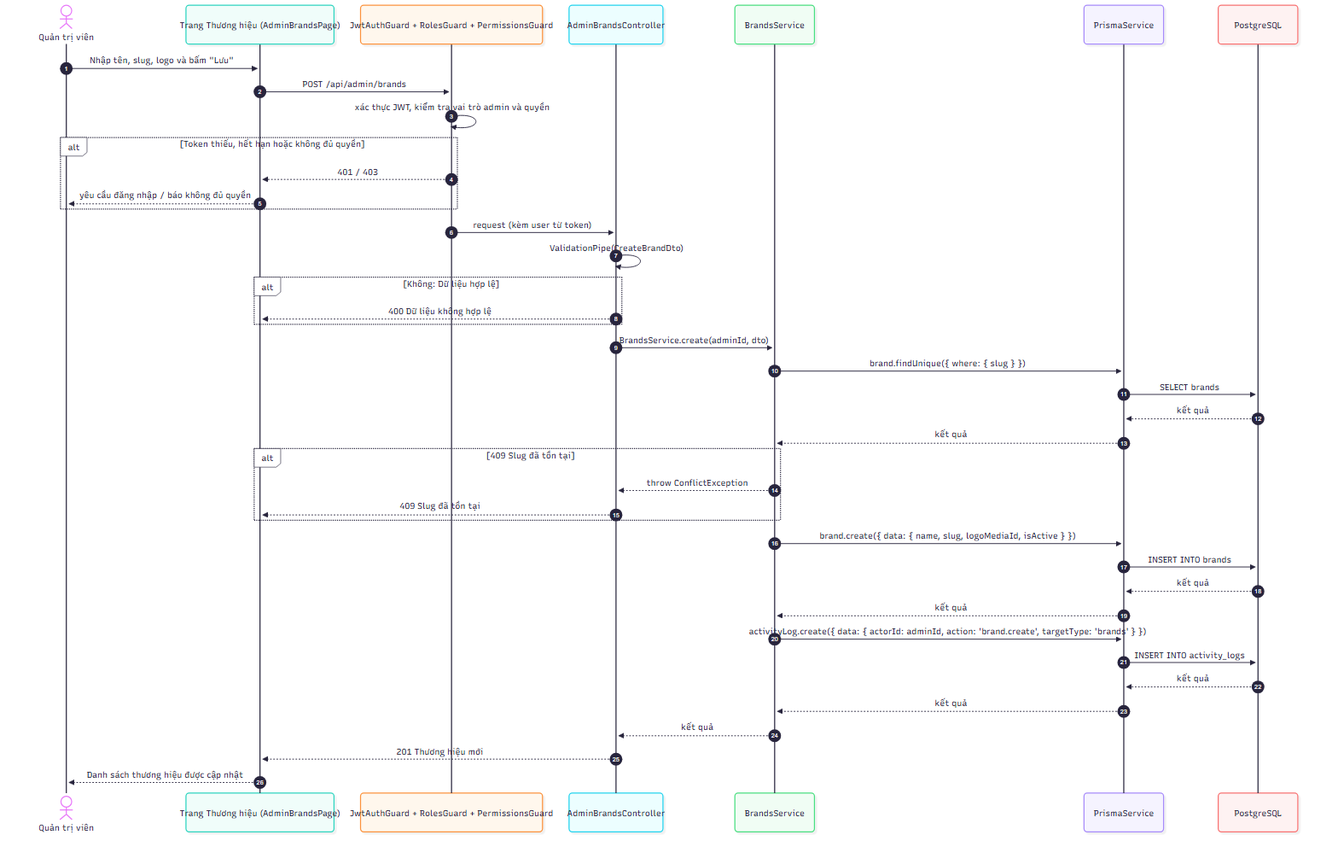
The Mermaid diagram docs/diagrams/png/sequence_UC-ADM-06_quan-ly-thuong-hieu.png in 2431540234-arch/XDUDTMDT, before a commit. Its source is kept beside it as docs/diagrams/src/sequence_UC-ADM-06_quan-ly-thuong-hieu.mmd.
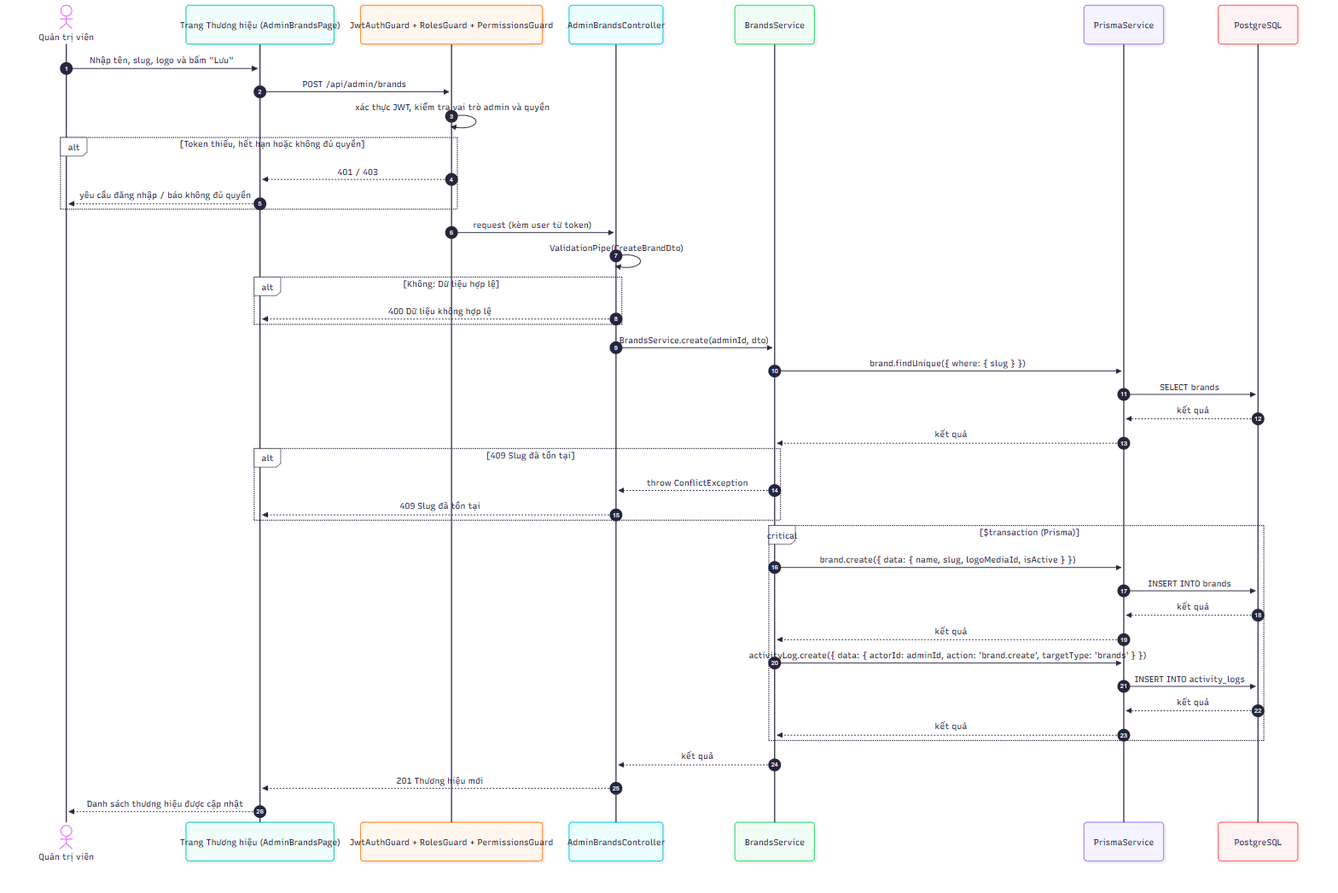
Later version of the same file.

Change to the diagram source:
```diff
@@ -28,14 +28,16 @@
         S-->>C: throw ConflictException
         C-->>FE: 409 Slug đã tồn tại
     end
-    S->>P: brand.create({ data: { name, slug, logoMediaId, isActive } })
-    P->>D: INSERT INTO brands
-    D-->>P: kết quả
-    P-->>S: kết quả
-    S->>P: activityLog.create({ data: { actorId: adminId, action: 'brand.create', targetType: 'brands' } })
-    P->>D: INSERT INTO activity_logs
-    D-->>P: kết quả
-    P-->>S: kết quả
+    critical $transaction (Prisma)
+        S->>P: brand.create({ data: { name, slug, logoMediaId, isActive } })
+        P->>D: INSERT INTO brands
+        D-->>P: kết quả
+        P-->>S: kết quả
+        S->>P: activityLog.create({ data: { actorId: adminId, action: 'brand.create', targetType: 'brands' } })
+        P->>D: INSERT INTO activity_logs
+        D-->>P: kết quả
+        P-->>S: kết quả
+    end
     S-->>C: kết quả
     C-->>FE: 201 Thương hiệu mới
     FE-->>A: Danh sách thương hiệu được cập nhật
```
